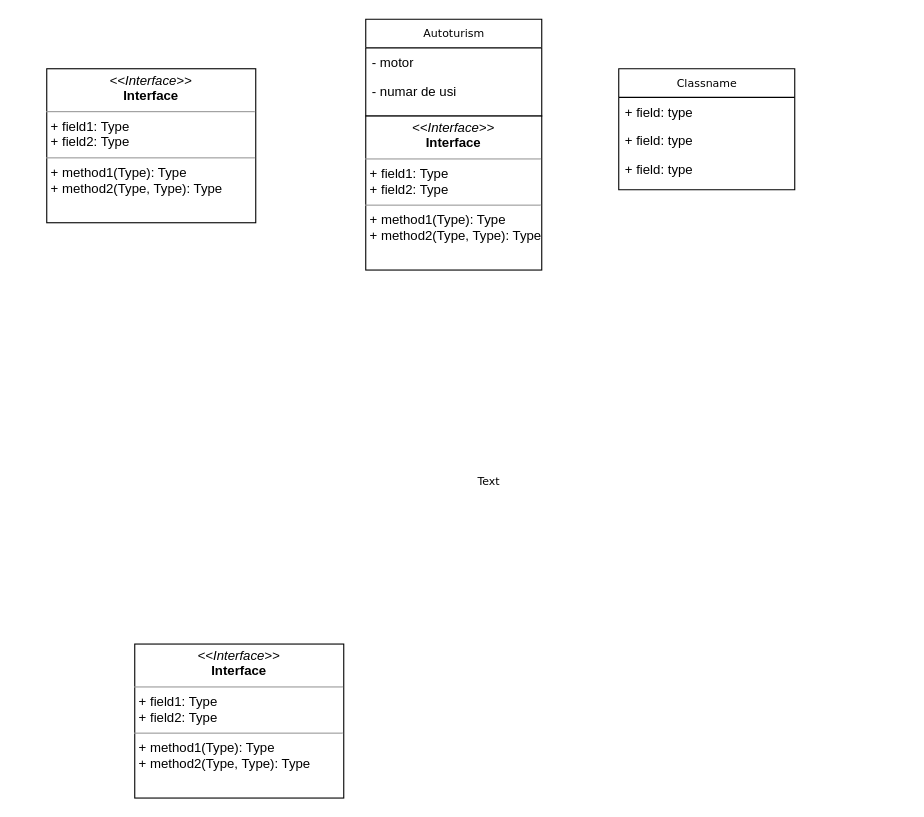
Above: Untitled Diagram.drawio in coroiancamelia/coroiancamelia (draw.io), before the change. Source tidied: cells renumbered, new cells numbered last; positions are measured from the earlier drawing's top-left corner, leaving out a move shared by most shapes. Both pictures are drawn from the tidied source at 110%, with x=0, y=0 at pixel (46, 19).
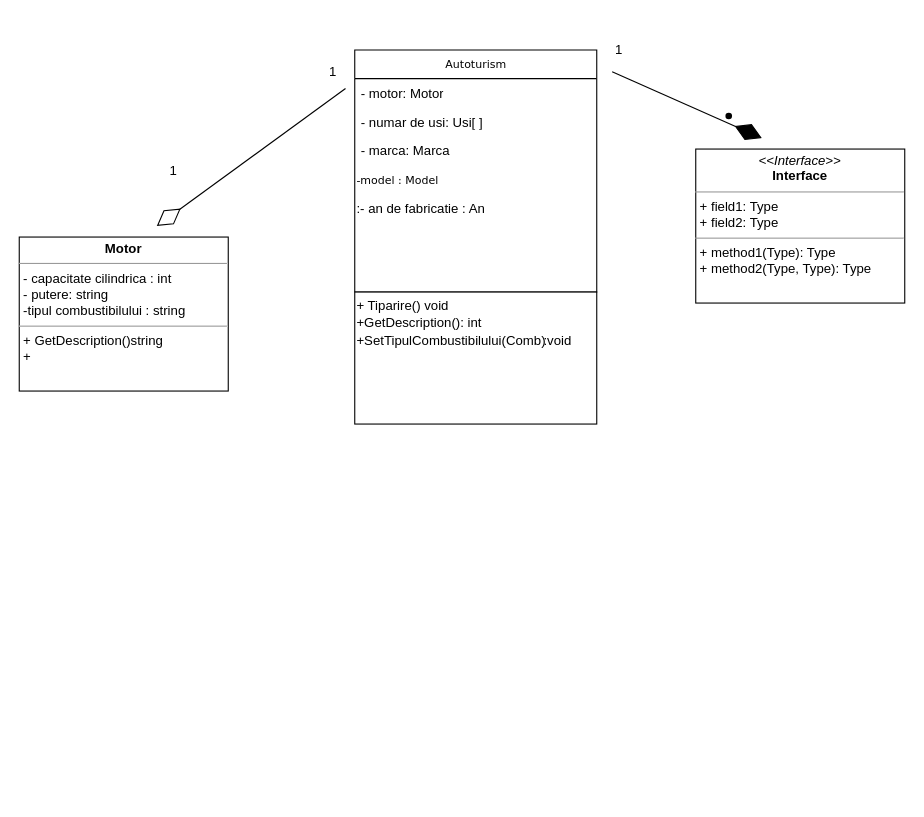
The same page after the edit.

Change to the diagram source:
```diff
@@
-    <mxCell id="2" value="Autoturism" style="swimlane;html=1;fontStyle=0;horizontal=1;startSize=26;fillColor=none;swimlaneFillColor=#ffffff;rounded=0;shadow=0;comic=0;labelBackgroundColor=none;strokeWidth=1;fontFamily=Verdana;fontSize=10;align=center;" parent="1" vertex="1">
-      <mxGeometry x="290" width="160" height="88" as="geometry" />
-    </mxCell>
-    <mxCell id="3" value="- motor" style="text;html=1;strokeColor=none;fillColor=none;align=left;verticalAlign=top;spacingLeft=4;spacingRight=4;whiteSpace=wrap;overflow=hidden;" parent="2" vertex="1">
-      <mxGeometry y="26" width="160" height="26" as="geometry" />
-    </mxCell>
-    <mxCell id="4" value="- numar de usi" style="text;html=1;strokeColor=none;fillColor=none;align=left;verticalAlign=top;spacingLeft=4;spacingRight=4;whiteSpace=wrap;overflow=hidden;" parent="2" vertex="1">
-      <mxGeometry y="52" width="160" height="26" as="geometry" />
-    </mxCell>
-    <mxCell id="5" value="Classname" style="swimlane;html=1;fontStyle=0;horizontal=1;startSize=26;fillColor=none;swimlaneFillColor=#ffffff;rounded=0;shadow=0;comic=0;labelBackgroundColor=none;strokeWidth=1;fontFamily=Verdana;fontSize=10;align=center;" parent="1" vertex="1">
-      <mxGeometry x="520" y="45" width="160" height="110" as="geometry" />
+    <mxCell id="5" value="Autoturism" style="swimlane;html=1;fontStyle=0;horizontal=1;startSize=26;fillColor=none;swimlaneFillColor=#ffffff;rounded=0;shadow=0;comic=0;labelBackgroundColor=none;strokeWidth=1;fontFamily=Verdana;fontSize=10;align=center;textDirection=ltr;" parent="1" vertex="1">
+      <mxGeometry x="280" y="28" width="220" height="220" as="geometry" />
     </mxCell>
-    <mxCell id="6" value="+ field: type" style="text;html=1;strokeColor=none;fillColor=none;align=left;verticalAlign=top;spacingLeft=4;spacingRight=4;whiteSpace=wrap;overflow=hidden;" parent="5" vertex="1">
-      <mxGeometry y="26" width="160" height="26" as="geometry" />
+    <mxCell id="6" value="- motor: Motor&lt;br&gt;" style="text;html=1;strokeColor=none;fillColor=none;align=left;verticalAlign=top;spacingLeft=4;spacingRight=4;whiteSpace=wrap;overflow=hidden;" parent="5" vertex="1">
+      <mxGeometry y="26" width="220" height="26" as="geometry" />
     </mxCell>
-    <mxCell id="7" value="+ field: type" style="text;html=1;strokeColor=none;fillColor=none;align=left;verticalAlign=top;spacingLeft=4;spacingRight=4;whiteSpace=wrap;overflow=hidden;" parent="5" vertex="1">
-      <mxGeometry y="52" width="160" height="26" as="geometry" />
+    <mxCell id="7" value="- numar de usi: Usi[ ]" style="text;html=1;strokeColor=none;fillColor=none;align=left;verticalAlign=top;spacingLeft=4;spacingRight=4;whiteSpace=wrap;overflow=hidden;" parent="5" vertex="1">
+      <mxGeometry y="52" width="220" height="26" as="geometry" />
     </mxCell>
-    <mxCell id="8" value="+ field: type" style="text;html=1;strokeColor=none;fillColor=none;align=left;verticalAlign=top;spacingLeft=4;spacingRight=4;whiteSpace=wrap;overflow=hidden;" parent="5" vertex="1">
-      <mxGeometry y="78" width="160" height="26" as="geometry" />
+    <mxCell id="8" value="- marca: Marca&lt;br&gt;&lt;br&gt;" style="text;html=1;strokeColor=none;fillColor=none;align=left;verticalAlign=top;spacingLeft=4;spacingRight=4;whiteSpace=wrap;overflow=hidden;" parent="5" vertex="1">
+      <mxGeometry y="78" width="220" height="32" as="geometry" />
     </mxCell>
-    <mxCell id="9" value="&lt;p style=&quot;margin:0px;margin-top:4px;text-align:center;&quot;&gt;&lt;i&gt;&amp;lt;&amp;lt;Interface&amp;gt;&amp;gt;&lt;/i&gt;&lt;br/&gt;&lt;b&gt;Interface&lt;/b&gt;&lt;/p&gt;&lt;hr size=&quot;1&quot;/&gt;&lt;p style=&quot;margin:0px;margin-left:4px;&quot;&gt;+ field1: Type&lt;br/&gt;+ field2: Type&lt;/p&gt;&lt;hr size=&quot;1&quot;/&gt;&lt;p style=&quot;margin:0px;margin-left:4px;&quot;&gt;+ method1(Type): Type&lt;br/&gt;+ method2(Type, Type): Type&lt;/p&gt;" style="verticalAlign=top;align=left;overflow=fill;fontSize=12;fontFamily=Helvetica;html=1;rounded=0;shadow=0;comic=0;labelBackgroundColor=none;strokeWidth=1;" parent="1" vertex="1">
-      <mxGeometry x="290" y="88" width="160" height="140" as="geometry" />
-    </mxCell>
-    <mxCell id="10" value="Text" style="text;html=1;align=left;verticalAlign=top;spacingTop=-4;fontSize=10;fontFamily=Verdana;fontColor=#000000;" parent="1" vertex="1">
-      <mxGeometry x="390" y="412" width="40" height="10" as="geometry" />
+    <mxCell id="10" value="-model : Model" style="text;html=1;align=left;verticalAlign=top;spacingTop=-4;fontSize=10;fontFamily=Verdana;fontColor=#000000;" parent="5" vertex="1">
+      <mxGeometry y="110" width="220" height="20" as="geometry" />
     </mxCell>
+    <mxCell id="13" value=":- an de fabricatie : An" style="text;strokeColor=none;align=left;fillColor=none;html=1;verticalAlign=middle;whiteSpace=wrap;rounded=0;" parent="5" vertex="1">
+      <mxGeometry y="130" width="220" height="30" as="geometry" />
+    </mxCell>
-    <mxCell id="11" value="&lt;p style=&quot;margin:0px;margin-top:4px;text-align:center;&quot;&gt;&lt;i&gt;&amp;lt;&amp;lt;Interface&amp;gt;&amp;gt;&lt;/i&gt;&lt;br/&gt;&lt;b&gt;Interface&lt;/b&gt;&lt;/p&gt;&lt;hr size=&quot;1&quot;/&gt;&lt;p style=&quot;margin:0px;margin-left:4px;&quot;&gt;+ field1: Type&lt;br/&gt;+ field2: Type&lt;/p&gt;&lt;hr size=&quot;1&quot;/&gt;&lt;p style=&quot;margin:0px;margin-left:4px;&quot;&gt;+ method1(Type): Type&lt;br/&gt;+ method2(Type, Type): Type&lt;/p&gt;" style="verticalAlign=top;align=left;overflow=fill;fontSize=12;fontFamily=Helvetica;html=1;rounded=0;shadow=0;comic=0;labelBackgroundColor=none;strokeWidth=1;" parent="1" vertex="1">
-      <mxGeometry y="45" width="190" height="140" as="geometry" />
+    <mxCell id="11" value="&lt;p style=&quot;margin:0px;margin-top:4px;text-align:center;&quot;&gt;&lt;b&gt;Motor&lt;/b&gt;&lt;/p&gt;&lt;hr size=&quot;1&quot;&gt;&lt;p style=&quot;margin:0px;margin-left:4px;&quot;&gt;- capacitate cilindrica : int&lt;br&gt;- putere: string&lt;/p&gt;&lt;p style=&quot;margin:0px;margin-left:4px;&quot;&gt;-tipul combustibilului : string&lt;/p&gt;&lt;hr size=&quot;1&quot;&gt;&lt;p style=&quot;margin:0px;margin-left:4px;&quot;&gt;+ GetDescription()string&lt;br&gt;+&amp;nbsp;&lt;/p&gt;" style="verticalAlign=top;align=left;overflow=fill;fontSize=12;fontFamily=Helvetica;html=1;rounded=0;shadow=0;comic=0;labelBackgroundColor=none;strokeWidth=1;" parent="1" vertex="1">
+      <mxGeometry x="-25" y="198" width="190" height="140" as="geometry" />
     </mxCell>
     <mxCell id="12" value="&lt;p style=&quot;margin:0px;margin-top:4px;text-align:center;&quot;&gt;&lt;i&gt;&amp;lt;&amp;lt;Interface&amp;gt;&amp;gt;&lt;/i&gt;&lt;br/&gt;&lt;b&gt;Interface&lt;/b&gt;&lt;/p&gt;&lt;hr size=&quot;1&quot;/&gt;&lt;p style=&quot;margin:0px;margin-left:4px;&quot;&gt;+ field1: Type&lt;br/&gt;+ field2: Type&lt;/p&gt;&lt;hr size=&quot;1&quot;/&gt;&lt;p style=&quot;margin:0px;margin-left:4px;&quot;&gt;+ method1(Type): Type&lt;br/&gt;+ method2(Type, Type): Type&lt;/p&gt;" style="verticalAlign=top;align=left;overflow=fill;fontSize=12;fontFamily=Helvetica;html=1;rounded=0;shadow=0;comic=0;labelBackgroundColor=none;strokeWidth=1;" parent="1" vertex="1">
-      <mxGeometry x="80" y="568" width="190" height="140" as="geometry" />
+      <mxGeometry x="590" y="118" width="190" height="140" as="geometry" />
     </mxCell>
+    <mxCell id="14" style="rounded=0;whiteSpace=wrap;html=1;" parent="1" vertex="1">
+      <mxGeometry x="280" y="248" width="220" height="120" as="geometry" />
+    </mxCell>
+    <mxCell id="15" value="+ Tiparire() void&lt;br&gt;+GetDescription(): int" style="text;strokeColor=none;align=left;fillColor=none;html=1;verticalAlign=middle;whiteSpace=wrap;rounded=0;" parent="1" vertex="1">
+      <mxGeometry x="280" y="248" width="170" height="40" as="geometry" />
+    </mxCell>
+    <mxCell id="16" value="+SetTipulCombustibilului(Comb)" style="text;strokeColor=none;align=left;fillColor=none;html=1;verticalAlign=middle;whiteSpace=wrap;rounded=0;" parent="1" vertex="1">
+      <mxGeometry x="280" y="278" width="60" height="30" as="geometry" />
+    </mxCell>
+    <mxCell id="17" value=":void" style="text;strokeColor=none;align=left;fillColor=none;html=1;verticalAlign=middle;whiteSpace=wrap;rounded=0;" parent="1" vertex="1">
+      <mxGeometry x="450" y="268" width="60" height="50" as="geometry" />
+    </mxCell>
+    <mxCell id="18" style="shape=waypoint;sketch=0;size=6;fillColor=none;perimeter=centerPerimeter;" parent="1" vertex="1">
+      <mxGeometry x="610" y="78" width="20" height="20" as="geometry" />
+    </mxCell>
+    <mxCell id="19" value="1" style="text;html=1;align=center;verticalAlign=middle;points=[];strokeColor=none;fillColor=none;" parent="1" vertex="1">
+      <mxGeometry x="505" y="13" width="30" height="30" as="geometry" />
+    </mxCell>
+    <mxCell id="20" value="1" style="text;html=1;align=center;verticalAlign=middle;points=[];strokeColor=none;fillColor=none;" parent="1" vertex="1">
+      <mxGeometry x="245" y="33" width="30" height="30" as="geometry" />
+    </mxCell>
+    <mxCell id="21" value="1" style="text;html=1;align=center;verticalAlign=middle;strokeColor=none;fillColor=none;" parent="1" vertex="1">
+      <mxGeometry x="100" y="123" width="30" height="30" as="geometry" />
+    </mxCell>
+    <mxCell id="22" style="endArrow=diamondThin;endFill=1;endSize=24;html=1;rounded=0;labelBackgroundColor=#FFFFFF;exitX=0.3;exitY=1.16;exitDx=0;exitDy=0;exitPerimeter=0;" parent="1" edge="1" source="19">
+      <mxGeometry relative="1" as="geometry">
+        <mxPoint x="650" y="108" as="targetPoint" />
+      </mxGeometry>
+    </mxCell>
+    <mxCell id="23" style="endArrow=diamondThin;endFill=0;endSize=24;html=1;rounded=0;labelBackgroundColor=#FFFFFF;exitX=0.887;exitY=1;exitDx=0;exitDy=0;exitPerimeter=0;" parent="1" edge="1" source="20">
+      <mxGeometry relative="1" as="geometry">
+        <mxPoint x="100" y="188" as="targetPoint" />
+      </mxGeometry>
+    </mxCell>
```
